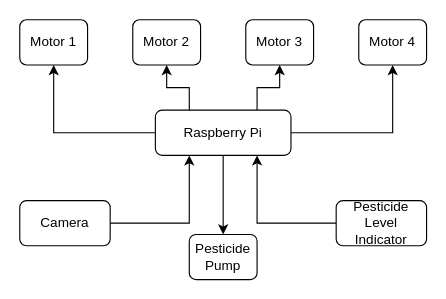
Before: Block Diagram Robot.drawio in Beyond3345/Beyond3345, a draw.io diagram. Source tidied: cells renumbered, new cells numbered last; positions are measured from the earlier drawing's top-left corner, leaving out a move shared by most shapes. Both pictures are drawn from the tidied source at 113%, with x=0, y=0 at pixel (19, 19).
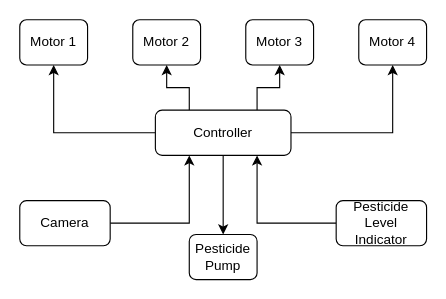
After the change.

Change to the diagram source:
```diff
@@
 <mxGraphModel>
   <root>
     <mxCell id="0" />
     <mxCell id="1" parent="0" />
     <mxCell id="2" style="edgeStyle=orthogonalEdgeStyle;rounded=0;jettySize=auto;html=1;exitX=0;exitY=0.5;exitDx=0;exitDy=0;entryX=0.5;entryY=1;entryDx=0;entryDy=0;" parent="1" edge="1" source="7" target="8">
       <mxGeometry relative="1" as="geometry" />
     </mxCell>
     <mxCell id="3" style="edgeStyle=orthogonalEdgeStyle;rounded=0;jettySize=auto;html=1;exitX=0.25;exitY=0;exitDx=0;exitDy=0;entryX=0.5;entryY=1;entryDx=0;entryDy=0;" parent="1" edge="1" source="7" target="9">
       <mxGeometry relative="1" as="geometry" />
     </mxCell>
     <mxCell id="4" style="edgeStyle=orthogonalEdgeStyle;rounded=0;jettySize=auto;html=1;exitX=0.75;exitY=0;exitDx=0;exitDy=0;entryX=0.5;entryY=1;entryDx=0;entryDy=0;" parent="1" edge="1" source="7" target="10">
       <mxGeometry relative="1" as="geometry" />
     </mxCell>
     <mxCell id="5" style="edgeStyle=orthogonalEdgeStyle;rounded=0;jettySize=auto;html=1;exitX=1;exitY=0.5;exitDx=0;exitDy=0;entryX=0.5;entryY=1;entryDx=0;entryDy=0;" parent="1" edge="1" source="7" target="11">
       <mxGeometry relative="1" as="geometry" />
     </mxCell>
     <mxCell id="6" style="edgeStyle=orthogonalEdgeStyle;rounded=0;jettySize=auto;html=1;exitX=0.5;exitY=1;exitDx=0;exitDy=0;" parent="1" edge="1" source="7" target="16">
       <mxGeometry relative="1" as="geometry" />
     </mxCell>
-    <mxCell id="7" value="Raspberry Pi" style="rounded=1;whiteSpace=wrap;html=1;" parent="1" vertex="1">
+    <mxCell id="7" value="Controller" style="rounded=1;whiteSpace=wrap;html=1;" parent="1" vertex="1">
       <mxGeometry x="120" y="80" width="120" height="40" as="geometry" />
     </mxCell>
     <mxCell id="8" value="Motor 1" style="rounded=1;whiteSpace=wrap;html=1;" parent="1" vertex="1">
       <mxGeometry width="60" height="40" as="geometry" />
     </mxCell>
     <mxCell id="9" value="Motor 2" style="rounded=1;whiteSpace=wrap;html=1;" parent="1" vertex="1">
       <mxGeometry x="100" width="60" height="40" as="geometry" />
     </mxCell>
     <mxCell id="10" value="Motor 3" style="rounded=1;whiteSpace=wrap;html=1;" parent="1" vertex="1">
       <mxGeometry x="200" width="60" height="40" as="geometry" />
     </mxCell>
     <mxCell id="11" value="Motor 4" style="rounded=1;whiteSpace=wrap;html=1;" parent="1" vertex="1">
       <mxGeometry x="300" width="60" height="40" as="geometry" />
     </mxCell>
     <mxCell id="12" style="edgeStyle=orthogonalEdgeStyle;rounded=0;jettySize=auto;html=1;exitX=1;exitY=0.5;exitDx=0;exitDy=0;entryX=0.25;entryY=1;entryDx=0;entryDy=0;" parent="1" edge="1" source="13" target="7">
       <mxGeometry relative="1" as="geometry" />
     </mxCell>
     <mxCell id="13" value="Camera" style="rounded=1;whiteSpace=wrap;html=1;" parent="1" vertex="1">
       <mxGeometry y="160" width="80" height="40" as="geometry" />
     </mxCell>
     <mxCell id="14" style="edgeStyle=orthogonalEdgeStyle;rounded=0;jettySize=auto;html=1;exitX=0;exitY=0.5;exitDx=0;exitDy=0;entryX=0.75;entryY=1;entryDx=0;entryDy=0;" parent="1" edge="1" source="15" target="7">
       <mxGeometry relative="1" as="geometry" />
     </mxCell>
     <mxCell id="15" value="Pesticide Level Indicator" style="rounded=1;whiteSpace=wrap;html=1;" parent="1" vertex="1">
       <mxGeometry x="280" y="160" width="80" height="40" as="geometry" />
     </mxCell>
     <mxCell id="16" value="Pesticide Pump" style="rounded=1;whiteSpace=wrap;html=1;" parent="1" vertex="1">
       <mxGeometry x="150" y="190" width="60" height="40" as="geometry" />
     </mxCell>
   </root>
 </mxGraphModel>
```
